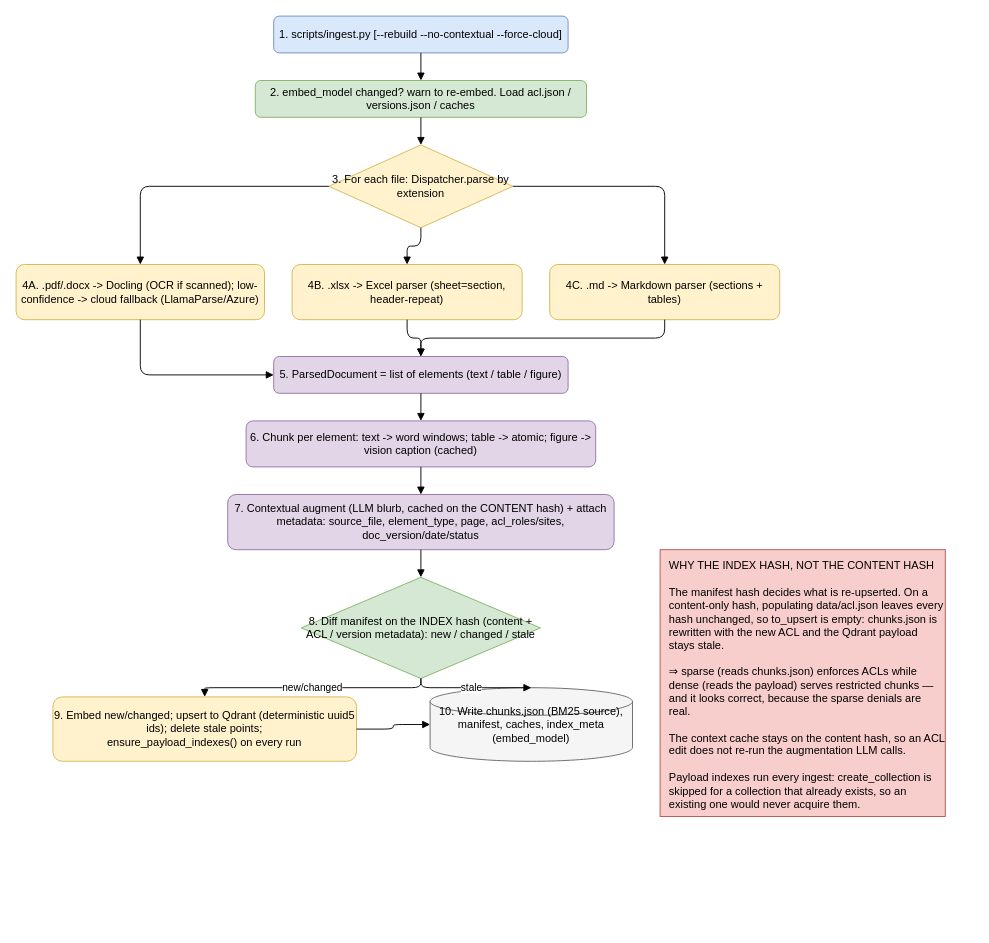
This is page "LLD - Ingestion Flow" (2 of 2) of docs/design/lld.drawio from Nirmalnk05/rag_project, a draw.io file, before an edit. Source tidied: cells renumbered, new cells numbered last; positions are measured from the earlier drawing's top-left corner, leaving out a move shared by most shapes. Both pictures are drawn from the tidied source at 92%, with x=0, y=0 at pixel (16, 16).
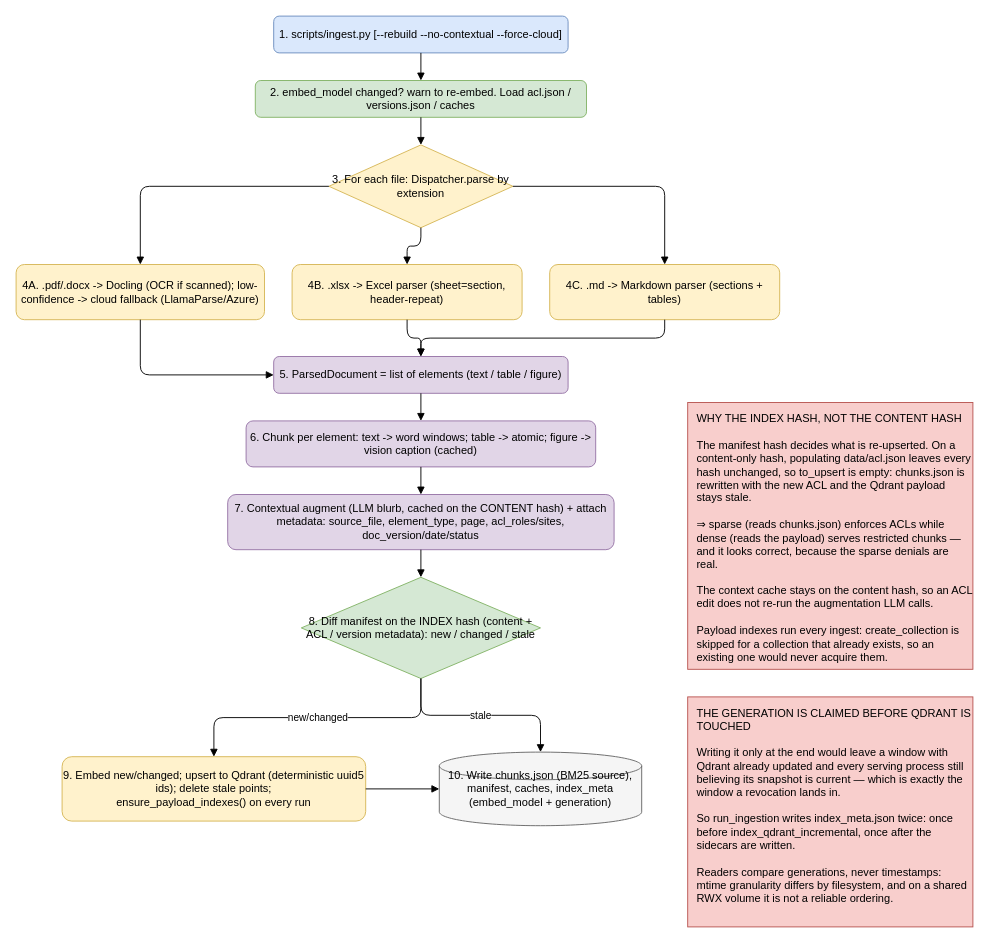
The same page after the edit.

Change to the diagram source:
```diff
@@
     <mxCell id="12" value="9. Embed new/changed; upsert to Qdrant (deterministic uuid5 ids); delete stale points;&#10;ensure_payload_indexes() on every run" style="rounded=1;whiteSpace=wrap;html=1;fillColor=#fff2cc;strokeColor=#d6b656;" parent="1" vertex="1">
-      <mxGeometry x="40" y="740" width="330" height="70" as="geometry" />
+      <mxGeometry x="50" y="805" width="330" height="70" as="geometry" />
     </mxCell>
     <mxCell id="13" value="WHY THE INDEX HASH, NOT THE CONTENT HASH&#10;&#10;The manifest hash decides what is re-upserted. On a content-only hash, populating data/acl.json leaves every hash unchanged, so to_upsert is empty: chunks.json is rewritten with the new ACL and the Qdrant payload stays stale.&#10;&#10;⇒ sparse (reads chunks.json) enforces ACLs while dense (reads the payload) serves restricted chunks — and it looks correct, because the sparse denials are real.&#10;&#10;The context cache stays on the content hash, so an ACL edit does not re-run the augmentation LLM calls.&#10;&#10;Payload indexes run every ingest: create_collection is skipped for a collection that already exists, so an existing one would never acquire them." style="rounded=0;whiteSpace=wrap;html=1;align=left;fillColor=#f8cecc;strokeColor=#b85450;spacingLeft=8;verticalAlign=top;spacingTop=4;" parent="1" vertex="1">
-      <mxGeometry x="700" y="580" width="310" height="290" as="geometry" />
+      <mxGeometry x="730" y="420" width="310" height="290" as="geometry" />
     </mxCell>
-    <mxCell id="14" value="10. Write chunks.json (BM25 source), manifest, caches, index_meta (embed_model)" style="shape=cylinder3;whiteSpace=wrap;html=1;fillColor=#f5f5f5;strokeColor=#666666;" parent="1" vertex="1">
-      <mxGeometry x="450" y="730" width="220" height="80" as="geometry" />
+    <mxCell id="14" value="10. Write chunks.json (BM25 source), manifest, caches, index_meta (embed_model + generation)" style="shape=cylinder3;whiteSpace=wrap;html=1;fillColor=#f5f5f5;strokeColor=#666666;" parent="1" vertex="1">
+      <mxGeometry x="460" y="800" width="220" height="80" as="geometry" />
     </mxCell>
@@
+    <mxCell id="29" value="THE GENERATION IS CLAIMED BEFORE QDRANT IS TOUCHED&#10;&#10;Writing it only at the end would leave a window with Qdrant already updated and every serving process still believing its snapshot is current — which is exactly the window a revocation lands in.&#10;&#10;So run_ingestion writes index_meta.json twice: once before index_qdrant_incremental, once after the sidecars are written.&#10;&#10;Readers compare generations, never timestamps: mtime granularity differs by filesystem, and on a shared RWX volume it is not a reliable ordering." style="rounded=0;whiteSpace=wrap;html=1;align=left;fillColor=#f8cecc;strokeColor=#b85450;spacingLeft=8;verticalAlign=top;spacingTop=4;" parent="1" vertex="1">
+      <mxGeometry x="730" y="740" width="310" height="250" as="geometry" />
+    </mxCell>
```
